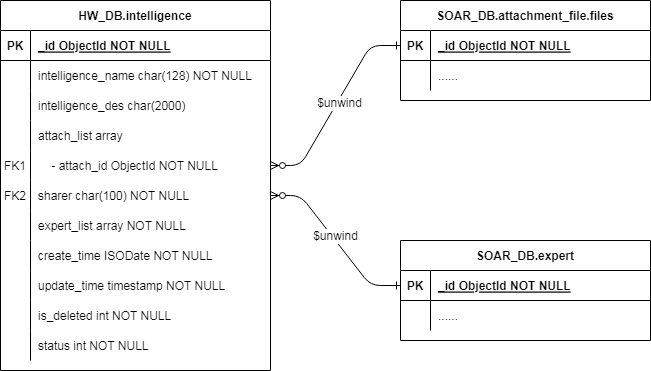
Above: shared_intelligence.drawio.png in qiuliangbin/draw.io (draw.io), before the change. Source tidied: cells renumbered, new cells last; positions are measured from the earlier drawing's top-left corner, leaving out a move shared by most shapes.
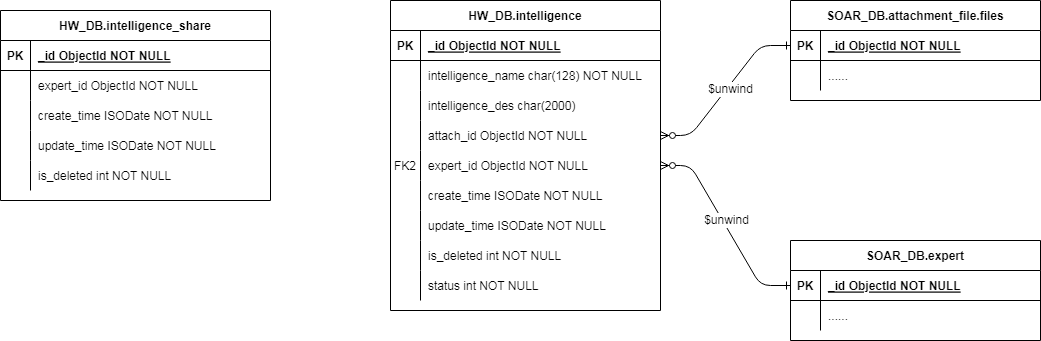
The same diagram one commit later.

What changed in the source:
```diff
@@ -3,7 +3,7 @@
     <mxCell id="0" />
     <mxCell id="1" parent="0" />
     <mxCell id="2" value="HW_DB.intelligence" style="shape=table;startSize=30;rowLines=0;fontStyle=1;align=center;" parent="1" vertex="1">
-      <mxGeometry width="270" height="370" as="geometry" />
+      <mxGeometry width="270" height="310" as="geometry" />
     </mxCell>
     <mxCell id="3" style="shape=partialRectangle;fillColor=none;top=0;left=0;right=0;bottom=1;" parent="2" vertex="1">
       <mxGeometry y="30" width="270" height="30" as="geometry" />
@@ -38,38 +38,20 @@
     <mxCell id="13" style="shape=partialRectangle;overflow=hidden;fillColor=none;top=0;left=0;bottom=0;right=0;" parent="12" vertex="1">
       <mxGeometry width="30" height="30" as="geometry" />
     </mxCell>
-    <mxCell id="14" value="attach_list array" style="shape=partialRectangle;overflow=hidden;fillColor=none;top=0;left=0;bottom=0;right=0;align=left;spacingLeft=6;" parent="12" vertex="1">
+    <mxCell id="14" value="attach_id ObjectId NOT NULL" style="shape=partialRectangle;overflow=hidden;fillColor=none;top=0;left=0;bottom=0;right=0;align=left;spacingLeft=6;" parent="12" vertex="1">
       <mxGeometry x="30" width="240" height="30" as="geometry" />
     </mxCell>
-    <mxCell id="15" style="shape=partialRectangle;fillColor=none;points=[[0,0.5],[1,0.5]];portConstraint=eastwest;top=0;left=0;right=0;bottom=0;" parent="2" vertex="1">
-      <mxGeometry y="150" width="270" height="30" as="geometry" />
-    </mxCell>
-    <mxCell id="16" value="FK1" style="shape=partialRectangle;overflow=hidden;fillColor=none;top=0;left=0;bottom=0;right=0;" parent="15" vertex="1">
-      <mxGeometry width="30" height="30" as="geometry" />
-    </mxCell>
-    <mxCell id="17" value="    - attach_id ObjectId NOT NULL" style="shape=partialRectangle;overflow=hidden;fillColor=none;top=0;left=0;bottom=0;right=0;align=left;spacingLeft=6;" parent="15" vertex="1">
-      <mxGeometry x="30" width="240" height="30" as="geometry" />
-    </mxCell>
     <mxCell id="18" style="shape=partialRectangle;fillColor=none;points=[[0,0.5],[1,0.5]];portConstraint=eastwest;top=0;left=0;right=0;bottom=0;" parent="2" vertex="1">
-      <mxGeometry y="180" width="270" height="30" as="geometry" />
+      <mxGeometry y="150" width="270" height="30" as="geometry" />
     </mxCell>
     <mxCell id="19" value="FK2" style="shape=partialRectangle;overflow=hidden;fillColor=none;top=0;left=0;bottom=0;right=0;" parent="18" vertex="1">
       <mxGeometry width="30" height="30" as="geometry" />
     </mxCell>
-    <mxCell id="20" value="sharer char(100) NOT NULL" style="shape=partialRectangle;overflow=hidden;fillColor=none;top=0;left=0;bottom=0;right=0;align=left;spacingLeft=6;" parent="18" vertex="1">
+    <mxCell id="20" value="expert_id ObjectId NOT NULL" style="shape=partialRectangle;overflow=hidden;fillColor=none;top=0;left=0;bottom=0;right=0;align=left;spacingLeft=6;" parent="18" vertex="1">
       <mxGeometry x="30" width="240" height="30" as="geometry" />
     </mxCell>
-    <mxCell id="21" style="shape=partialRectangle;fillColor=none;top=0;left=0;right=0;bottom=0;" parent="2" vertex="1">
-      <mxGeometry y="210" width="270" height="30" as="geometry" />
-    </mxCell>
-    <mxCell id="22" style="shape=partialRectangle;overflow=hidden;fillColor=none;top=0;left=0;bottom=0;right=0;" parent="21" vertex="1">
-      <mxGeometry width="30" height="30" as="geometry" />
-    </mxCell>
-    <mxCell id="23" value="expert_list array NOT NULL" style="shape=partialRectangle;overflow=hidden;fillColor=none;top=0;left=0;bottom=0;right=0;align=left;spacingLeft=6;" parent="21" vertex="1">
-      <mxGeometry x="30" width="240" height="30" as="geometry" />
-    </mxCell>
     <mxCell id="24" style="shape=partialRectangle;fillColor=none;top=0;left=0;right=0;bottom=0;" parent="2" vertex="1">
-      <mxGeometry y="240" width="270" height="30" as="geometry" />
+      <mxGeometry y="180" width="270" height="30" as="geometry" />
     </mxCell>
     <mxCell id="25" style="shape=partialRectangle;overflow=hidden;fillColor=none;top=0;left=0;bottom=0;right=0;" parent="24" vertex="1">
       <mxGeometry width="30" height="30" as="geometry" />
@@ -78,16 +60,16 @@
       <mxGeometry x="30" width="240" height="30" as="geometry" />
     </mxCell>
     <mxCell id="27" style="shape=partialRectangle;fillColor=none;top=0;left=0;right=0;bottom=0;" parent="2" vertex="1">
-      <mxGeometry y="270" width="270" height="30" as="geometry" />
+      <mxGeometry y="210" width="270" height="30" as="geometry" />
     </mxCell>
     <mxCell id="28" style="shape=partialRectangle;overflow=hidden;fillColor=none;top=0;left=0;bottom=0;right=0;" parent="27" vertex="1">
       <mxGeometry width="30" height="30" as="geometry" />
     </mxCell>
-    <mxCell id="29" value="update_time timestamp NOT NULL" style="shape=partialRectangle;overflow=hidden;fillColor=none;top=0;left=0;bottom=0;right=0;align=left;spacingLeft=6;" parent="27" vertex="1">
+    <mxCell id="29" value="update_time ISODate NOT NULL" style="shape=partialRectangle;overflow=hidden;fillColor=none;top=0;left=0;bottom=0;right=0;align=left;spacingLeft=6;" parent="27" vertex="1">
       <mxGeometry x="30" width="240" height="30" as="geometry" />
     </mxCell>
     <mxCell id="30" style="shape=partialRectangle;fillColor=none;top=0;left=0;right=0;bottom=0;" parent="2" vertex="1">
-      <mxGeometry y="300" width="270" height="30" as="geometry" />
+      <mxGeometry y="240" width="270" height="30" as="geometry" />
     </mxCell>
     <mxCell id="31" style="shape=partialRectangle;overflow=hidden;fillColor=none;top=0;left=0;bottom=0;right=0;" parent="30" vertex="1">
       <mxGeometry width="30" height="30" as="geometry" />
@@ -96,7 +78,7 @@
       <mxGeometry x="30" width="240" height="30" as="geometry" />
     </mxCell>
     <mxCell id="33" style="shape=partialRectangle;fillColor=none;top=0;left=0;right=0;bottom=0;" parent="2" vertex="1">
-      <mxGeometry y="330" width="270" height="30" as="geometry" />
+      <mxGeometry y="270" width="270" height="30" as="geometry" />
     </mxCell>
     <mxCell id="34" style="shape=partialRectangle;overflow=hidden;fillColor=none;top=0;left=0;bottom=0;right=0;" parent="33" vertex="1">
       <mxGeometry width="30" height="30" as="geometry" />
@@ -125,7 +107,7 @@
     <mxCell id="42" value="......" style="shape=partialRectangle;overflow=hidden;fillColor=none;top=0;left=0;bottom=0;right=0;align=left;spacingLeft=6;" parent="40" vertex="1">
       <mxGeometry x="30" width="220" height="30" as="geometry" />
     </mxCell>
-    <mxCell id="43" style="edgeStyle=entityRelationEdgeStyle;endArrow=ERzeroToMany;startArrow=ERone;endFill=1;startFill=0;entryX=1;entryY=0.5;entryDx=0;entryDy=0;exitX=0;exitY=0.5;exitDx=0;exitDy=0;" parent="1" edge="1" source="37" target="15">
+    <mxCell id="43" style="edgeStyle=entityRelationEdgeStyle;endArrow=ERzeroToMany;startArrow=ERone;endFill=1;startFill=0;entryX=1;entryY=0.5;entryDx=0;entryDy=0;exitX=0;exitY=0.5;exitDx=0;exitDy=0;" parent="1" edge="1" source="37" target="12">
       <mxGeometry relative="1" as="geometry" />
     </mxCell>
     <mxCell id="44" value="$unwind" style="edgeLabel;html=1;align=center;verticalAlign=middle;" parent="43" vertex="1">
@@ -158,5 +140,53 @@
     <mxCell id="53" value="$unwind" style="edgeLabel;html=1;align=center;verticalAlign=middle;" parent="52" vertex="1">
       <mxGeometry x="0.05" y="-3" relative="1" as="geometry" />
     </mxCell>
+    <mxCell id="54" value="HW_DB.intelligence_share" style="shape=table;startSize=30;rowLines=0;fontStyle=1;align=center;" parent="1" vertex="1">
+      <mxGeometry x="-390" y="10" width="270" height="190" as="geometry" />
+    </mxCell>
+    <mxCell id="55" style="shape=partialRectangle;fillColor=none;top=0;left=0;right=0;bottom=1;" parent="54" vertex="1">
+      <mxGeometry y="30" width="270" height="30" as="geometry" />
+    </mxCell>
+    <mxCell id="56" value="PK" style="shape=partialRectangle;overflow=hidden;fillColor=none;top=0;left=0;bottom=0;right=0;fontStyle=1;" parent="55" vertex="1">
+      <mxGeometry width="30" height="30" as="geometry" />
+    </mxCell>
+    <mxCell id="57" value="_id ObjectId NOT NULL " style="shape=partialRectangle;overflow=hidden;fillColor=none;top=0;left=0;bottom=0;right=0;align=left;spacingLeft=6;fontStyle=5;" parent="55" vertex="1">
+      <mxGeometry x="30" width="240" height="30" as="geometry" />
+    </mxCell>
+    <mxCell id="58" style="shape=partialRectangle;fillColor=none;top=0;left=0;right=0;bottom=0;" parent="54" vertex="1">
+      <mxGeometry y="60" width="270" height="30" as="geometry" />
+    </mxCell>
+    <mxCell id="59" style="shape=partialRectangle;overflow=hidden;fillColor=none;top=0;left=0;bottom=0;right=0;" parent="58" vertex="1">
+      <mxGeometry width="30" height="30" as="geometry" />
+    </mxCell>
+    <mxCell id="60" value="expert_id ObjectId NOT NULL" style="shape=partialRectangle;overflow=hidden;fillColor=none;top=0;left=0;bottom=0;right=0;align=left;spacingLeft=6;" parent="58" vertex="1">
+      <mxGeometry x="30" width="240" height="30" as="geometry" />
+    </mxCell>
+    <mxCell id="61" style="shape=partialRectangle;fillColor=none;top=0;left=0;right=0;bottom=0;" parent="54" vertex="1">
+      <mxGeometry y="90" width="270" height="30" as="geometry" />
+    </mxCell>
+    <mxCell id="62" style="shape=partialRectangle;overflow=hidden;fillColor=none;top=0;left=0;bottom=0;right=0;" parent="61" vertex="1">
+      <mxGeometry width="30" height="30" as="geometry" />
+    </mxCell>
+    <mxCell id="63" value="create_time ISODate NOT NULL" style="shape=partialRectangle;overflow=hidden;fillColor=none;top=0;left=0;bottom=0;right=0;align=left;spacingLeft=6;" parent="61" vertex="1">
+      <mxGeometry x="30" width="240" height="30" as="geometry" />
+    </mxCell>
+    <mxCell id="64" style="shape=partialRectangle;fillColor=none;top=0;left=0;right=0;bottom=0;" parent="54" vertex="1">
+      <mxGeometry y="120" width="270" height="30" as="geometry" />
+    </mxCell>
+    <mxCell id="65" style="shape=partialRectangle;overflow=hidden;fillColor=none;top=0;left=0;bottom=0;right=0;" parent="64" vertex="1">
+      <mxGeometry width="30" height="30" as="geometry" />
+    </mxCell>
+    <mxCell id="66" value="update_time ISODate NOT NULL" style="shape=partialRectangle;overflow=hidden;fillColor=none;top=0;left=0;bottom=0;right=0;align=left;spacingLeft=6;" parent="64" vertex="1">
+      <mxGeometry x="30" width="240" height="30" as="geometry" />
+    </mxCell>
+    <mxCell id="15" style="shape=partialRectangle;fillColor=none;points=[[0,0.5],[1,0.5]];portConstraint=eastwest;top=0;left=0;right=0;bottom=0;" parent="54" vertex="1">
+      <mxGeometry y="150" width="270" height="30" as="geometry" />
+    </mxCell>
+    <mxCell id="67" style="shape=partialRectangle;overflow=hidden;fillColor=none;top=0;left=0;bottom=0;right=0;" parent="15" vertex="1">
+      <mxGeometry width="30" height="30" as="geometry" />
+    </mxCell>
+    <mxCell id="68" value="is_deleted int NOT NULL" style="shape=partialRectangle;overflow=hidden;fillColor=none;top=0;left=0;bottom=0;right=0;align=left;spacingLeft=6;" parent="15" vertex="1">
+      <mxGeometry x="30" width="240" height="30" as="geometry" />
+    </mxCell>
   </root>
 </mxGraphModel>
```
